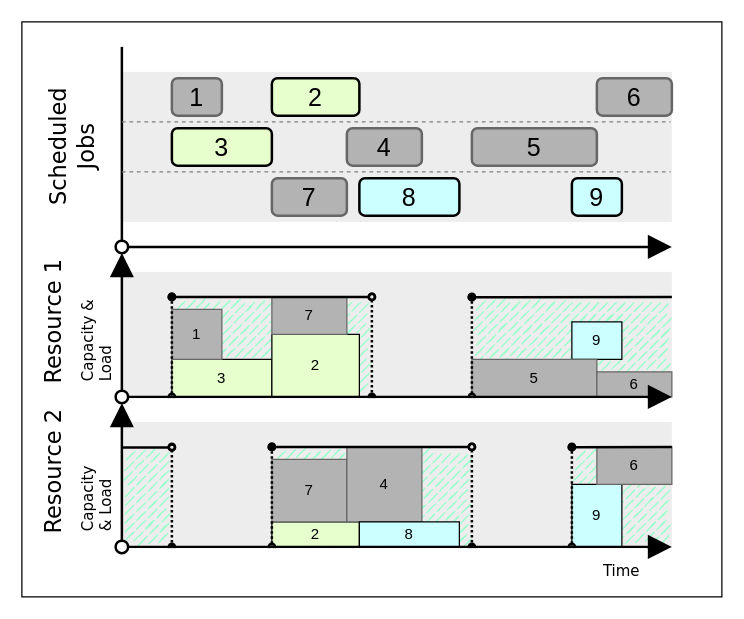
Before: page "Schedule-Closure" (3 of 3) of img/source/Schedule.drawio in Krtiiik/Bottleneck-identification-for-constraint-relaxation-in-resource-constrained-project-scheduling, a draw.io diagram. Source tidied: cells renumbered, new cells numbered last; positions are measured from the earlier drawing's top-left corner, leaving out a move shared by most shapes. Both pictures are drawn from the tidied source at 125%, with x=0, y=0 at pixel (21, 21).
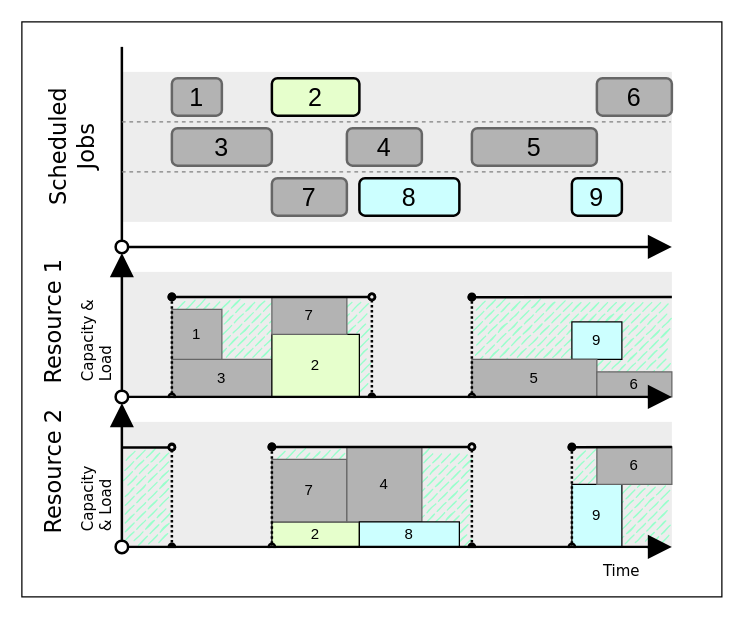
The same diagram, later.

Commit message (it also covers changes not shown here):
Fix schedule diagram resource numbers

Diff of the diagram source:
```diff
@@
-    <mxCell id="10" value="3" style="rounded=0;whiteSpace=wrap;html=1;fillColor=#E6FFCC;" parent="1" vertex="1">
+    <mxCell id="10" value="3" style="rounded=0;whiteSpace=wrap;html=1;fillColor=#B3B3B3;strokeColor=#666666;" parent="1" vertex="1">
       <mxGeometry x="120" y="270" width="80" height="30" as="geometry" />
     </mxCell>
@@
-    <mxCell id="33" value="3" style="rounded=1;whiteSpace=wrap;html=1;fontStyle=0;fontSize=20;strokeWidth=2;fillColor=#E6FFCC;" parent="1" vertex="1">
+    <mxCell id="33" value="3" style="rounded=1;whiteSpace=wrap;html=1;fontStyle=0;fontSize=20;strokeWidth=2;fillColor=#B3B3B3;strokeColor=#666666;" parent="1" vertex="1">
       <mxGeometry x="120" y="85" width="80" height="30" as="geometry" />
     </mxCell>
```
